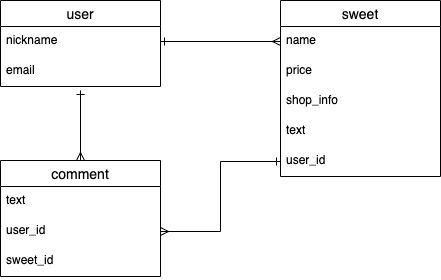
Before: sweet_tooth-2021.drawio.png, a diagram exported from draw.io (mitsuru-sekiguchi/sweet_tooth-2021). Source tidied: cells renumbered, new cells last; positions are measured from the earlier drawing's top-left corner, leaving out a move shared by most shapes. Source of this version:
```xml
<mxGraphModel>
  <root>
    <mxCell id="0" />
    <mxCell id="1" parent="0" />
    <mxCell id="2" value="user" style="swimlane;fontStyle=0;horizontal=1;startSize=26;align=center;fontSize=14;" parent="1" vertex="1">
      <mxGeometry width="160" height="86" as="geometry" />
    </mxCell>
    <mxCell id="3" value="nickname" style="text;strokeColor=none;fillColor=none;spacingLeft=4;spacingRight=4;overflow=hidden;points=[[0,0.5],[1,0.5]];portConstraint=eastwest;fontSize=12;" parent="2" vertex="1">
      <mxGeometry y="26" width="160" height="30" as="geometry" />
    </mxCell>
    <mxCell id="4" value="email" style="text;strokeColor=none;fillColor=none;spacingLeft=4;spacingRight=4;overflow=hidden;fontSize=12;" parent="2" vertex="1">
      <mxGeometry y="56" width="160" height="30" as="geometry" />
    </mxCell>
    <mxCell id="5" style="edgeStyle=orthogonalEdgeStyle;rounded=0;jettySize=auto;html=1;exitX=0.5;exitY=0;exitDx=0;exitDy=0;startArrow=ERmany;startFill=0;endArrow=ERone;endFill=0;" parent="1" edge="1" source="6">
      <mxGeometry relative="1" as="geometry">
        <mxPoint x="80" y="90" as="targetPoint" />
      </mxGeometry>
    </mxCell>
    <mxCell id="6" value="comment" style="swimlane;fontStyle=0;horizontal=1;startSize=26;align=center;fontSize=14;" parent="1" vertex="1">
      <mxGeometry y="160" width="160" height="116" as="geometry" />
    </mxCell>
    <mxCell id="7" value="text" style="text;strokeColor=none;fillColor=none;spacingLeft=4;spacingRight=4;overflow=hidden;fontSize=12;" parent="6" vertex="1">
      <mxGeometry y="26" width="160" height="30" as="geometry" />
    </mxCell>
    <mxCell id="8" value="user_id" style="text;strokeColor=none;fillColor=none;spacingLeft=4;spacingRight=4;overflow=hidden;points=[[0,0.5],[1,0.5]];portConstraint=eastwest;fontSize=12;" parent="6" vertex="1">
      <mxGeometry y="56" width="160" height="30" as="geometry" />
    </mxCell>
    <mxCell id="9" value="sweet_id" style="text;strokeColor=none;fillColor=none;spacingLeft=4;spacingRight=4;overflow=hidden;fontSize=12;" parent="6" vertex="1">
      <mxGeometry y="86" width="160" height="30" as="geometry" />
    </mxCell>
    <mxCell id="10" value="sweet" style="swimlane;fontStyle=0;horizontal=1;startSize=26;align=center;fontSize=14;" parent="1" vertex="1">
      <mxGeometry x="280" width="160" height="176" as="geometry" />
    </mxCell>
    <mxCell id="11" value="name" style="text;strokeColor=none;fillColor=none;spacingLeft=4;spacingRight=4;overflow=hidden;points=[[0,0.5],[1,0.5]];portConstraint=eastwest;fontSize=12;" parent="10" vertex="1">
      <mxGeometry y="26" width="160" height="30" as="geometry" />
    </mxCell>
    <mxCell id="12" value="price" style="text;strokeColor=none;fillColor=none;spacingLeft=4;spacingRight=4;overflow=hidden;fontSize=12;" parent="10" vertex="1">
      <mxGeometry y="56" width="160" height="30" as="geometry" />
    </mxCell>
    <mxCell id="13" value="shop_info" style="text;strokeColor=none;fillColor=none;spacingLeft=4;spacingRight=4;overflow=hidden;fontSize=12;" parent="10" vertex="1">
      <mxGeometry y="86" width="160" height="30" as="geometry" />
    </mxCell>
    <mxCell id="14" value="text" style="text;strokeColor=none;fillColor=none;spacingLeft=4;spacingRight=4;overflow=hidden;fontSize=12;" parent="10" vertex="1">
      <mxGeometry y="116" width="160" height="30" as="geometry" />
    </mxCell>
    <mxCell id="15" value="user_id" style="text;strokeColor=none;fillColor=none;spacingLeft=4;spacingRight=4;overflow=hidden;points=[[0,0.5],[1,0.5]];portConstraint=eastwest;fontSize=12;" parent="10" vertex="1">
      <mxGeometry y="146" width="160" height="30" as="geometry" />
    </mxCell>
    <mxCell id="16" style="edgeStyle=orthogonalEdgeStyle;rounded=0;jettySize=auto;html=1;exitX=1;exitY=0.5;exitDx=0;exitDy=0;entryX=0;entryY=0.5;entryDx=0;entryDy=0;endArrow=ERmany;endFill=0;startArrow=ERone;startFill=0;" parent="1" edge="1" source="3" target="11">
      <mxGeometry relative="1" as="geometry" />
    </mxCell>
    <mxCell id="17" style="edgeStyle=orthogonalEdgeStyle;rounded=0;jettySize=auto;html=1;exitX=1;exitY=0.5;exitDx=0;exitDy=0;endArrow=ERone;endFill=0;startArrow=ERmany;startFill=0;" parent="1" edge="1" source="8" target="15">
      <mxGeometry relative="1" as="geometry" />
    </mxCell>
  </root>
</mxGraphModel>
```
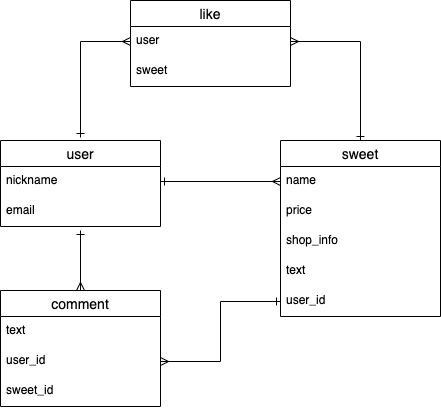
The same diagram one commit later.

Diff of the diagram source:
```diff
@@ -17,7 +17,7 @@
       </mxGeometry>
     </mxCell>
     <mxCell id="6" value="comment" style="swimlane;fontStyle=0;horizontal=1;startSize=26;align=center;fontSize=14;" parent="1" vertex="1">
-      <mxGeometry y="160" width="160" height="116" as="geometry" />
+      <mxGeometry y="150" width="160" height="116" as="geometry" />
     </mxCell>
     <mxCell id="7" value="text" style="text;strokeColor=none;fillColor=none;spacingLeft=4;spacingRight=4;overflow=hidden;fontSize=12;" parent="6" vertex="1">
       <mxGeometry y="26" width="160" height="30" as="geometry" />
@@ -52,5 +52,26 @@
     <mxCell id="17" style="edgeStyle=orthogonalEdgeStyle;rounded=0;jettySize=auto;html=1;exitX=1;exitY=0.5;exitDx=0;exitDy=0;endArrow=ERone;endFill=0;startArrow=ERmany;startFill=0;" parent="1" edge="1" source="8" target="15">
       <mxGeometry relative="1" as="geometry" />
     </mxCell>
+    <mxCell id="18" value="like" style="swimlane;fontStyle=0;horizontal=1;startSize=26;align=center;fontSize=14;" parent="1" vertex="1">
+      <mxGeometry x="130" y="-140" width="160" height="86" as="geometry" />
+    </mxCell>
+    <mxCell id="19" value="user" style="text;strokeColor=none;fillColor=none;spacingLeft=4;spacingRight=4;overflow=hidden;points=[[0,0.5],[1,0.5]];portConstraint=eastwest;fontSize=12;" parent="18" vertex="1">
+      <mxGeometry y="26" width="160" height="30" as="geometry" />
+    </mxCell>
+    <mxCell id="20" value="sweet" style="text;strokeColor=none;fillColor=none;spacingLeft=4;spacingRight=4;overflow=hidden;fontSize=12;" parent="18" vertex="1">
+      <mxGeometry y="56" width="160" height="30" as="geometry" />
+    </mxCell>
+    <mxCell id="21" style="edgeStyle=orthogonalEdgeStyle;rounded=0;jettySize=auto;html=1;exitX=1;exitY=0.5;exitDx=0;exitDy=0;entryX=0.5;entryY=0;entryDx=0;entryDy=0;endArrow=ERone;endFill=0;startArrow=ERmany;startFill=0;" parent="1" edge="1" source="19" target="10">
+      <mxGeometry relative="1" as="geometry" />
+    </mxCell>
+    <mxCell id="22" style="edgeStyle=orthogonalEdgeStyle;rounded=0;jettySize=auto;html=1;exitX=0;exitY=0.5;exitDx=0;exitDy=0;endArrow=ERone;endFill=0;startArrow=ERmany;startFill=0;" parent="1" edge="1" source="19">
+      <mxGeometry relative="1" as="geometry">
+        <mxPoint x="80" y="-3" as="targetPoint" />
+        <Array as="points">
+          <mxPoint x="80" y="-99" />
+          <mxPoint x="80" y="-3" />
+        </Array>
+      </mxGeometry>
+    </mxCell>
   </root>
 </mxGraphModel>
```
